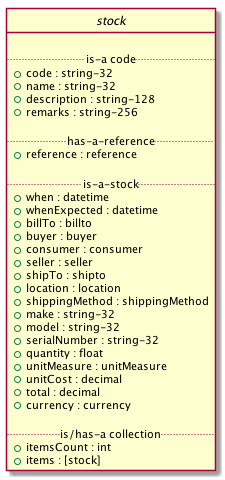
Earlier version of the PlantUML export images/stock-class-diagram.puml.png (EciStg/order-placement).
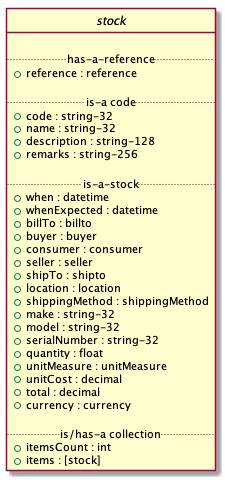
After the change.

Commit message:
stock: fixed ordering, reference should be the first thing in an object.

Change to the diagram source:
```diff
@@ -2,15 +2,15 @@
 hide circle
 
 interface stock {
+
+.. has-a-reference ..
+{field} + reference : reference
 
 .. is-a code ..
 {field} + code : string-32
 {field} + name : string-32
 {field} + description : string-128
 {field} + remarks : string-256
-
-.. has-a-reference ..
-{field} + reference : reference
 
 .. is-a-stock ..
 {field} + when : datetime
```
